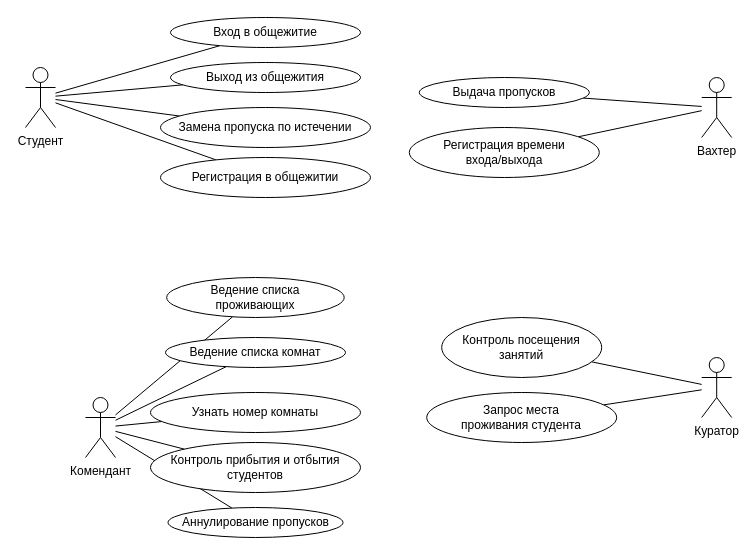
This is UseCase.drawio from jsfrau/Zamay, a draw.io file, before an edit. Source tidied: cells renumbered, new cells numbered last; positions are measured from the earlier drawing's top-left corner, leaving out a move shared by most shapes. Both pictures are drawn from the tidied source at 100%, with x=0, y=0 at pixel (25, 17).
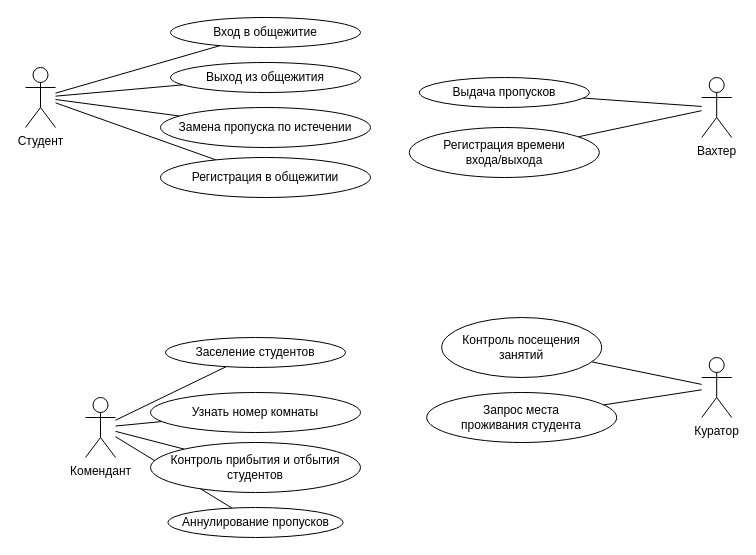
The same diagram, later.

The change refers to these unchanged cells:
```xml
<mxCell id="10" value="Комендант" style="shape=umlActor;verticalLabelPosition=bottom;verticalAlign=top;html=1;outlineConnect=0;labelBackgroundColor=none;shadow=0;" parent="1" vertex="1">
  <mxGeometry x="60" y="380" width="30" height="60" as="geometry" />
</mxCell>
```

Diff of the diagram source:
```diff
@@
-    <mxCell id="15" style="edgeStyle=none;jettySize=auto;html=1;endArrow=none;" parent="1" edge="1" source="10" target="21">
-      <mxGeometry relative="1" as="geometry" />
-    </mxCell>
@@
-    <mxCell id="21" value="&lt;div&gt;Ведение списка&lt;/div&gt;&lt;div&gt;проживающих&lt;/div&gt;" style="ellipse;whiteSpace=wrap;html=1;labelBackgroundColor=none;" parent="1" vertex="1">
-      <mxGeometry x="141.2" y="260" width="177.5" height="40" as="geometry" />
-    </mxCell>
@@
-    <mxCell id="30" value="Ведение списка комнат" style="ellipse;whiteSpace=wrap;html=1;labelBackgroundColor=none;" parent="1" vertex="1">
+    <mxCell id="30" value="Заселение студентов" style="ellipse;whiteSpace=wrap;html=1;labelBackgroundColor=none;" parent="1" vertex="1">
       <mxGeometry x="140" y="320" width="180" height="30" as="geometry" />
     </mxCell>
```
